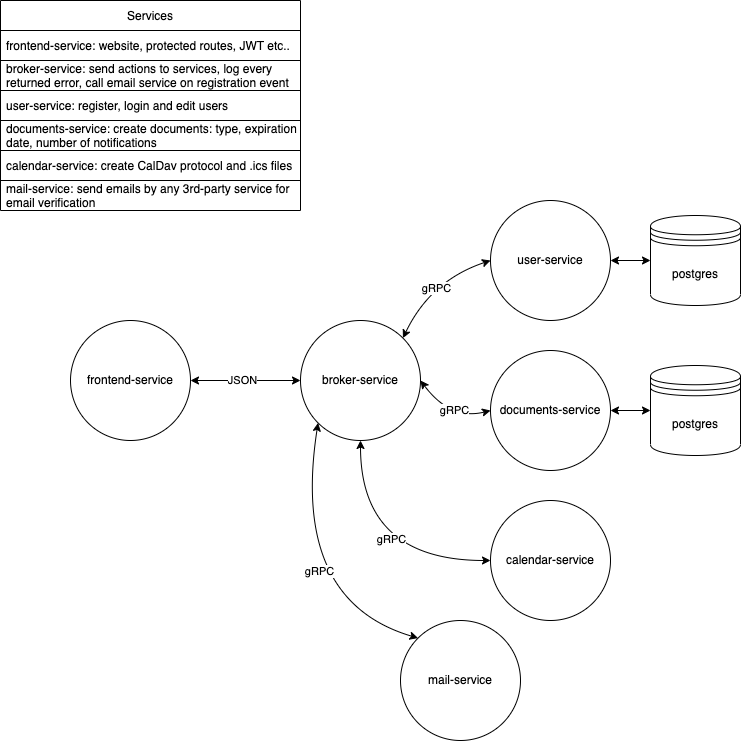
Before: docs/diagrams/services-diagram.png, a diagram exported from draw.io (samgozman/validity.red). Source tidied: cells renumbered, new cells last; positions are measured from the earlier drawing's top-left corner, leaving out a move shared by most shapes. Its diagram source:
```xml
<mxGraphModel background="#FFFFFF" shadow="1">
  <root>
    <mxCell id="0" />
    <mxCell id="1" parent="0" />
    <mxCell id="2" style="edgeStyle=orthogonalEdgeStyle;jettySize=auto;html=1;exitX=1;exitY=0.5;exitDx=0;exitDy=0;entryX=0;entryY=0.5;entryDx=0;entryDy=0;rounded=1;startArrow=classic;startFill=1;" parent="1" edge="1" source="4" target="13">
      <mxGeometry relative="1" as="geometry" />
    </mxCell>
    <mxCell id="3" value="JSON" style="edgeLabel;html=1;align=center;verticalAlign=middle;" parent="2" vertex="1">
      <mxGeometry x="-0.06" y="1" relative="1" as="geometry" />
    </mxCell>
    <mxCell id="4" value="frontend-service" style="ellipse;whiteSpace=wrap;html=1;" parent="1" vertex="1">
      <mxGeometry x="70" y="320" width="120" height="120" as="geometry" />
    </mxCell>
    <mxCell id="5" style="edgeStyle=orthogonalEdgeStyle;curved=1;jettySize=auto;html=1;exitX=0.5;exitY=1;exitDx=0;exitDy=0;entryX=0;entryY=0.5;entryDx=0;entryDy=0;startArrow=classic;startFill=1;" parent="1" edge="1" source="13" target="18">
      <mxGeometry relative="1" as="geometry" />
    </mxCell>
    <mxCell id="6" value="gRPC" style="edgeLabel;html=1;align=center;verticalAlign=middle;" parent="5" vertex="1">
      <mxGeometry x="-0.21" y="21" relative="1" as="geometry">
        <mxPoint x="9" as="offset" />
      </mxGeometry>
    </mxCell>
    <mxCell id="7" style="edgeStyle=none;curved=1;sketch=0;jettySize=auto;html=1;exitX=1;exitY=0.5;exitDx=0;exitDy=0;entryX=0;entryY=0.5;entryDx=0;entryDy=0;shadow=0;startArrow=classic;startFill=1;strokeWidth=1;" parent="1" edge="1" source="13" target="17">
      <mxGeometry relative="1" as="geometry">
        <Array as="points">
          <mxPoint x="450" y="420" />
        </Array>
      </mxGeometry>
    </mxCell>
    <mxCell id="8" value="gRPC" style="edgeLabel;html=1;align=center;verticalAlign=middle;" parent="7" vertex="1">
      <mxGeometry x="0.12" y="-9" relative="1" as="geometry">
        <mxPoint y="-19" as="offset" />
      </mxGeometry>
    </mxCell>
    <mxCell id="9" style="edgeStyle=none;curved=1;sketch=0;jettySize=auto;html=1;exitX=1;exitY=0;exitDx=0;exitDy=0;entryX=0;entryY=0.5;entryDx=0;entryDy=0;shadow=0;startArrow=classic;startFill=1;strokeWidth=1;" parent="1" edge="1" source="13" target="15">
      <mxGeometry relative="1" as="geometry">
        <Array as="points">
          <mxPoint x="430" y="280" />
        </Array>
      </mxGeometry>
    </mxCell>
    <mxCell id="10" value="gRPC" style="edgeLabel;html=1;align=center;verticalAlign=middle;" parent="9" vertex="1">
      <mxGeometry x="-0.08" y="-8" relative="1" as="geometry">
        <mxPoint y="-1" as="offset" />
      </mxGeometry>
    </mxCell>
    <mxCell id="11" style="edgeStyle=none;curved=1;sketch=0;jettySize=auto;html=1;exitX=0;exitY=1;exitDx=0;exitDy=0;entryX=0;entryY=0;entryDx=0;entryDy=0;shadow=0;startArrow=classic;startFill=1;strokeWidth=1;" parent="1" edge="1" source="13" target="22">
      <mxGeometry relative="1" as="geometry">
        <Array as="points">
          <mxPoint x="290" y="600" />
        </Array>
      </mxGeometry>
    </mxCell>
    <mxCell id="12" value="gRPC" style="edgeLabel;html=1;align=center;verticalAlign=middle;" parent="11" vertex="1">
      <mxGeometry x="-0.07" y="23" relative="1" as="geometry" />
    </mxCell>
    <mxCell id="13" value="broker-service" style="ellipse;whiteSpace=wrap;html=1;" parent="1" vertex="1">
      <mxGeometry x="300" y="320" width="120" height="120" as="geometry" />
    </mxCell>
    <mxCell id="14" style="edgeStyle=none;curved=1;sketch=0;jettySize=auto;html=1;exitX=1;exitY=0.5;exitDx=0;exitDy=0;entryX=0;entryY=0.5;entryDx=0;entryDy=0;shadow=0;startArrow=classic;startFill=1;strokeWidth=1;" parent="1" edge="1" source="15" target="21">
      <mxGeometry relative="1" as="geometry" />
    </mxCell>
    <mxCell id="15" value="user-service" style="ellipse;whiteSpace=wrap;html=1;" parent="1" vertex="1">
      <mxGeometry x="490" y="200" width="120" height="120" as="geometry" />
    </mxCell>
    <mxCell id="16" style="edgeStyle=none;curved=1;sketch=0;jettySize=auto;html=1;exitX=1;exitY=0.5;exitDx=0;exitDy=0;entryX=0;entryY=0.5;entryDx=0;entryDy=0;shadow=0;startArrow=classic;startFill=1;strokeWidth=1;" parent="1" edge="1" source="17" target="20">
      <mxGeometry relative="1" as="geometry" />
    </mxCell>
    <mxCell id="17" value="documents-service" style="ellipse;whiteSpace=wrap;html=1;" parent="1" vertex="1">
      <mxGeometry x="490" y="350" width="120" height="120" as="geometry" />
    </mxCell>
    <mxCell id="18" value="calendar-service" style="ellipse;whiteSpace=wrap;html=1;" parent="1" vertex="1">
      <mxGeometry x="490" y="500" width="120" height="120" as="geometry" />
    </mxCell>
    <mxCell id="19" style="edgeStyle=none;curved=1;sketch=0;orthogonalLoop=1;jettySize=auto;html=1;exitX=1;exitY=0.5;exitDx=0;exitDy=0;entryX=0;entryY=0.5;entryDx=0;entryDy=0;shadow=0;startArrow=classic;startFill=1;strokeWidth=1;" parent="1" edge="1">
      <mxGeometry relative="1" as="geometry">
        <mxPoint x="660" y="190" as="targetPoint" />
      </mxGeometry>
    </mxCell>
    <mxCell id="20" value="postgres" style="shape=datastore;whiteSpace=wrap;html=1;" parent="1" vertex="1">
      <mxGeometry x="650" y="365" width="90" height="90" as="geometry" />
    </mxCell>
    <mxCell id="21" value="postgres" style="shape=datastore;whiteSpace=wrap;html=1;" parent="1" vertex="1">
      <mxGeometry x="650" y="215" width="90" height="90" as="geometry" />
    </mxCell>
    <mxCell id="22" value="mail-service" style="ellipse;whiteSpace=wrap;html=1;" parent="1" vertex="1">
      <mxGeometry x="400" y="620" width="120" height="120" as="geometry" />
    </mxCell>
    <mxCell id="23" value="Services" style="swimlane;fontStyle=0;horizontal=1;startSize=30;" parent="1" vertex="1">
      <mxGeometry width="300" height="210" as="geometry" />
    </mxCell>
    <mxCell id="24" value="frontend-service: website, protected routes, JWT etc.." style="text;strokeColor=default;fillColor=none;align=left;verticalAlign=middle;spacingLeft=4;spacingRight=4;overflow=hidden;spacingTop=0;spacing=2;spacingBottom=0;" parent="23" vertex="1">
      <mxGeometry y="30" width="300" height="30" as="geometry" />
    </mxCell>
    <mxCell id="25" value="broker-service: send actions to services, log every&#10;returned error, call email service on registration event" style="text;strokeColor=default;fillColor=none;align=left;verticalAlign=middle;spacingLeft=4;spacingRight=4;overflow=hidden;spacingTop=0;spacing=2;spacingBottom=0;" parent="23" vertex="1">
      <mxGeometry y="60" width="300" height="30" as="geometry" />
    </mxCell>
    <mxCell id="26" value="user-service: register, login and edit users" style="text;strokeColor=default;fillColor=none;align=left;verticalAlign=middle;spacingLeft=4;spacingRight=4;overflow=hidden;spacingTop=0;spacing=2;spacingBottom=0;" parent="23" vertex="1">
      <mxGeometry y="90" width="300" height="30" as="geometry" />
    </mxCell>
    <mxCell id="27" value="documents-service: create documents: type, expiration&#10;date, number of notifications" style="text;strokeColor=default;fillColor=none;align=left;verticalAlign=middle;spacingLeft=4;spacingRight=4;overflow=hidden;" parent="23" vertex="1">
      <mxGeometry y="120" width="300" height="30" as="geometry" />
    </mxCell>
    <mxCell id="28" value="calendar-service: create CalDav protocol and .ics files " style="text;strokeColor=default;fillColor=none;align=left;verticalAlign=middle;spacingLeft=4;spacingRight=4;overflow=hidden;spacingTop=0;spacing=2;spacingBottom=0;" parent="23" vertex="1">
      <mxGeometry y="150" width="300" height="30" as="geometry" />
    </mxCell>
    <mxCell id="29" value="mail-service: send emails by any 3rd-party service for&#10;email verification" style="text;strokeColor=none;fillColor=none;align=left;verticalAlign=middle;spacingLeft=4;spacingRight=4;overflow=hidden;spacingTop=0;spacing=2;spacingBottom=0;" parent="23" vertex="1">
      <mxGeometry y="180" width="300" height="30" as="geometry" />
    </mxCell>
  </root>
</mxGraphModel>
```
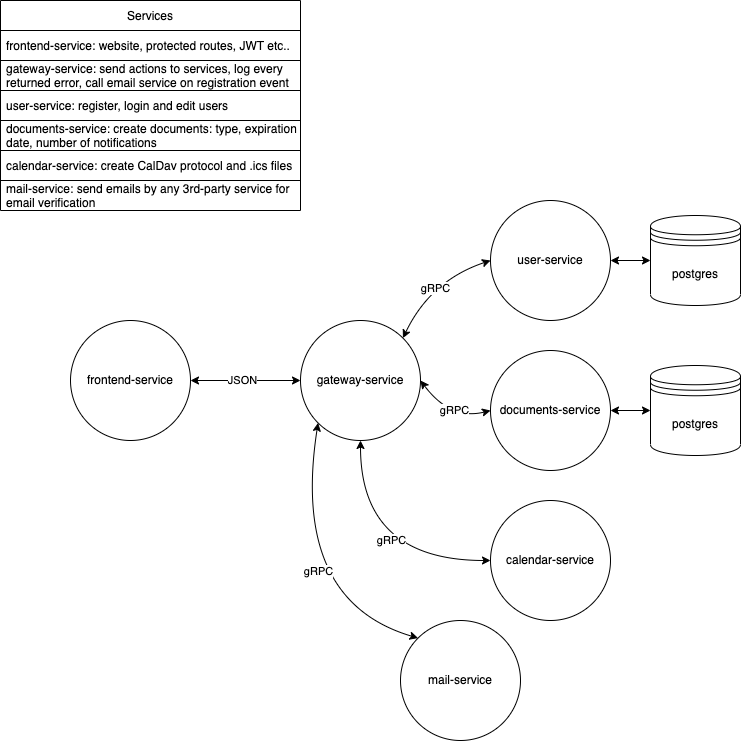
After the change.

The edit, as a diff of the source:
```diff
@@ -53,7 +53,7 @@
     <mxCell id="12" value="gRPC" style="edgeLabel;html=1;align=center;verticalAlign=middle;" parent="11" vertex="1">
       <mxGeometry x="-0.07" y="23" relative="1" as="geometry" />
     </mxCell>
-    <mxCell id="13" value="broker-service" style="ellipse;whiteSpace=wrap;html=1;" parent="1" vertex="1">
+    <mxCell id="13" value="gateway-service" style="ellipse;whiteSpace=wrap;html=1;" parent="1" vertex="1">
       <mxGeometry x="300" y="320" width="120" height="120" as="geometry" />
     </mxCell>
     <mxCell id="14" style="edgeStyle=none;curved=1;sketch=0;jettySize=auto;html=1;exitX=1;exitY=0.5;exitDx=0;exitDy=0;entryX=0;entryY=0.5;entryDx=0;entryDy=0;shadow=0;startArrow=classic;startFill=1;strokeWidth=1;" parent="1" edge="1" source="15" target="21">
@@ -91,7 +91,7 @@
     <mxCell id="24" value="frontend-service: website, protected routes, JWT etc.." style="text;strokeColor=default;fillColor=none;align=left;verticalAlign=middle;spacingLeft=4;spacingRight=4;overflow=hidden;spacingTop=0;spacing=2;spacingBottom=0;" parent="23" vertex="1">
       <mxGeometry y="30" width="300" height="30" as="geometry" />
     </mxCell>
-    <mxCell id="25" value="broker-service: send actions to services, log every&#10;returned error, call email service on registration event" style="text;strokeColor=default;fillColor=none;align=left;verticalAlign=middle;spacingLeft=4;spacingRight=4;overflow=hidden;spacingTop=0;spacing=2;spacingBottom=0;" parent="23" vertex="1">
+    <mxCell id="25" value="gateway-service: send actions to services, log every&#10;returned error, call email service on registration event" style="text;strokeColor=default;fillColor=none;align=left;verticalAlign=middle;spacingLeft=4;spacingRight=4;overflow=hidden;spacingTop=0;spacing=2;spacingBottom=0;" parent="23" vertex="1">
       <mxGeometry y="60" width="300" height="30" as="geometry" />
     </mxCell>
     <mxCell id="26" value="user-service: register, login and edit users" style="text;strokeColor=default;fillColor=none;align=left;verticalAlign=middle;spacingLeft=4;spacingRight=4;overflow=hidden;spacingTop=0;spacing=2;spacingBottom=0;" parent="23" vertex="1">
```
